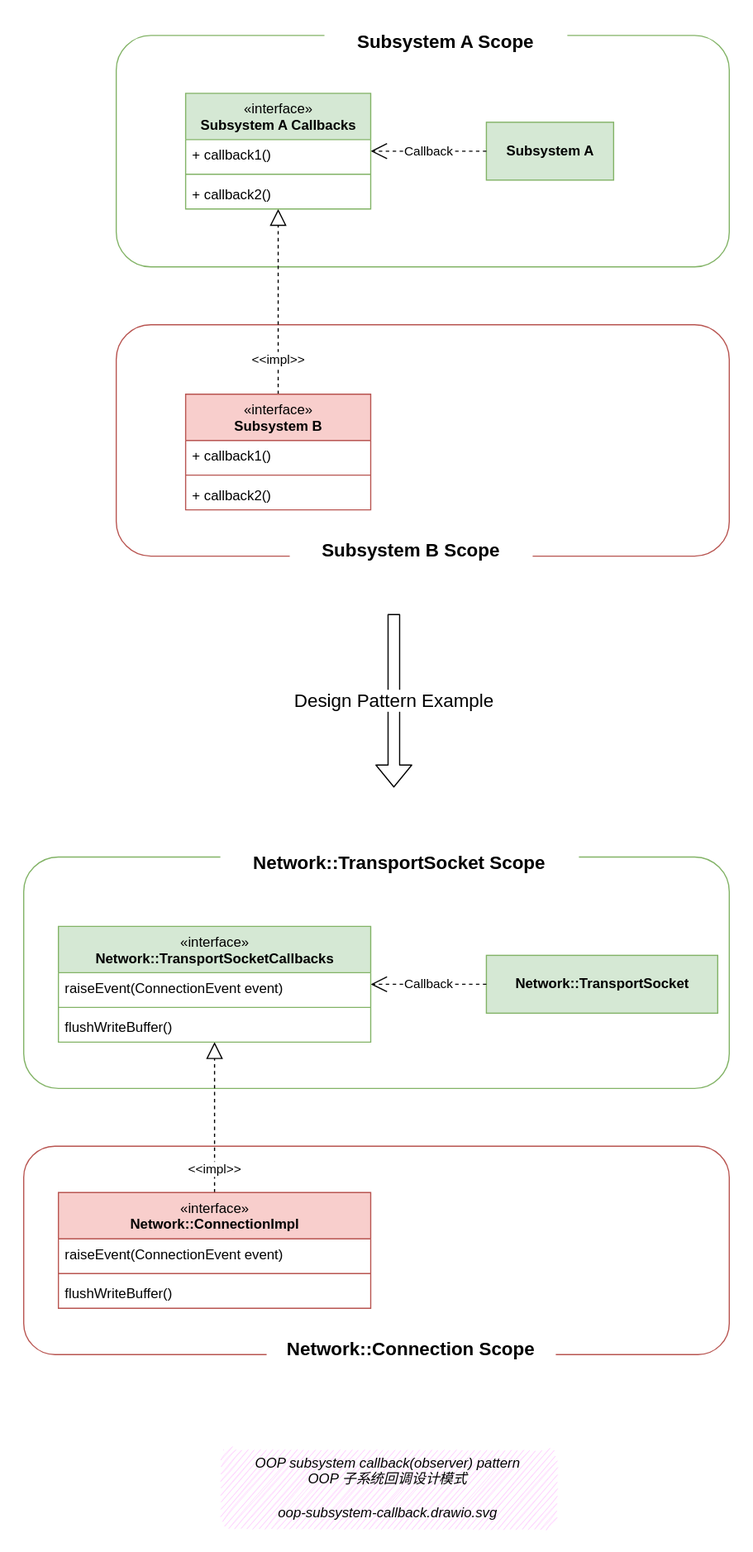
This is docs/source/ch2-envoy/arch/oop/oop-subsystem-callback.drawio.svg from labilezhu/istio-insider, a draw.io export, as it was before one commit. Source tidied: cells renumbered, new cells last; positions are measured from the earlier drawing's top-left corner, leaving out a move shared by most shapes.
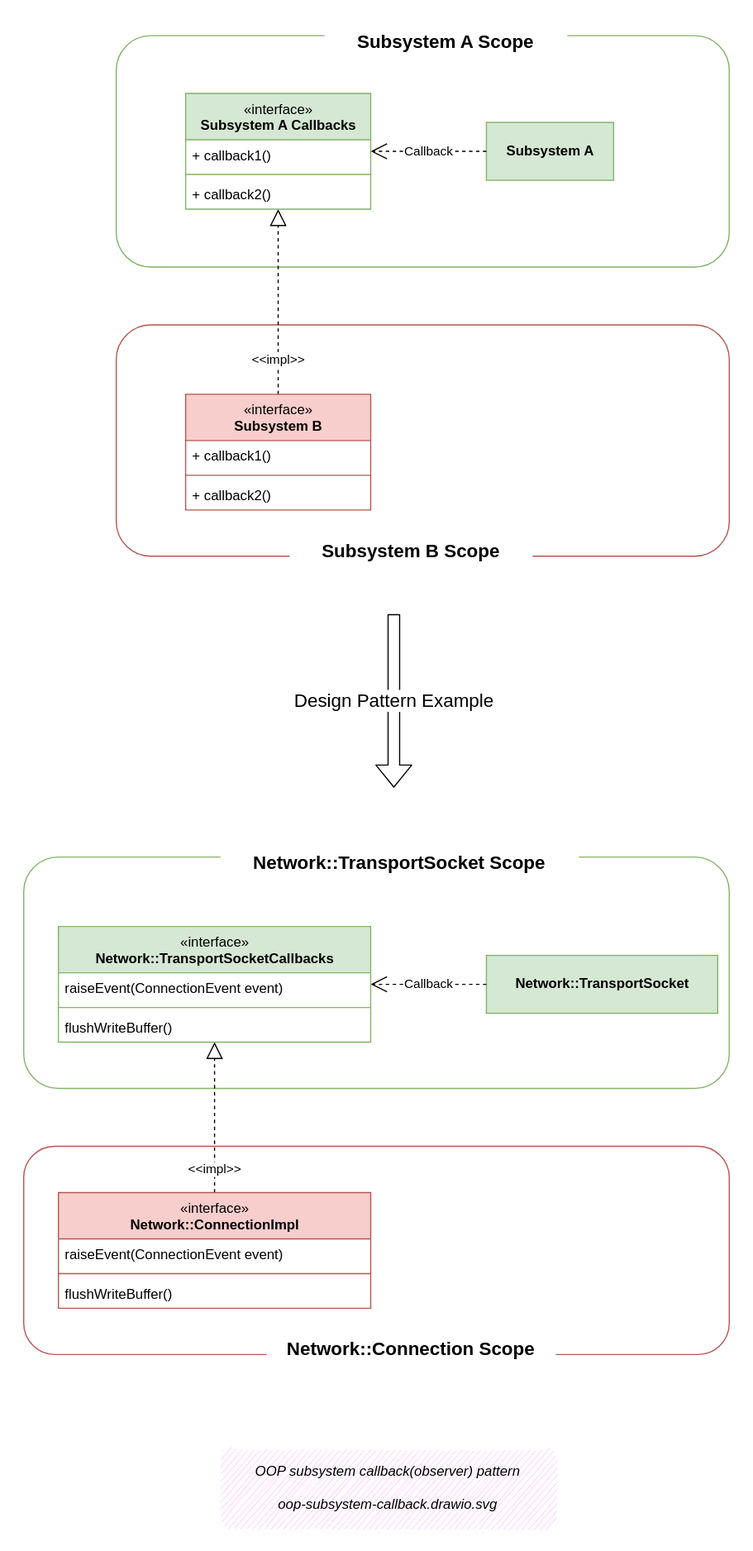
After the commit.

The edit, as a diff of the source:
```diff
@@ -8,7 +8,7 @@
     <mxCell id="3" style="rounded=1;whiteSpace=wrap;html=1;fillColor=none;strokeColor=#82b366;" parent="1" vertex="1">
       <mxGeometry x="80" y="10" width="530" height="200" as="geometry" />
     </mxCell>
-    <object id="4" label="&lt;font style=&quot;&quot;&gt;OOP subsystem callback(observer) pattern&lt;br&gt;OOP 子系统回调设计模式&lt;br&gt;&lt;br&gt;%page%&lt;/font&gt;" a="b" placeholders="1">
+    <object id="4" label="&lt;font style=&quot;&quot;&gt;OOP subsystem callback(observer) pattern&lt;br&gt;&lt;br&gt;%page%&lt;/font&gt;" a="b" placeholders="1">
       <mxCell style="text;html=1;strokeColor=none;fillColor=#FFCCFF;align=center;verticalAlign=middle;whiteSpace=wrap;rounded=1;glass=0;sketch=1;shadow=0;fontStyle=2;fontSize=12;" parent="1" vertex="1">
         <mxGeometry x="170" y="1230" width="290" height="70" as="geometry" />
       </mxCell>
```
